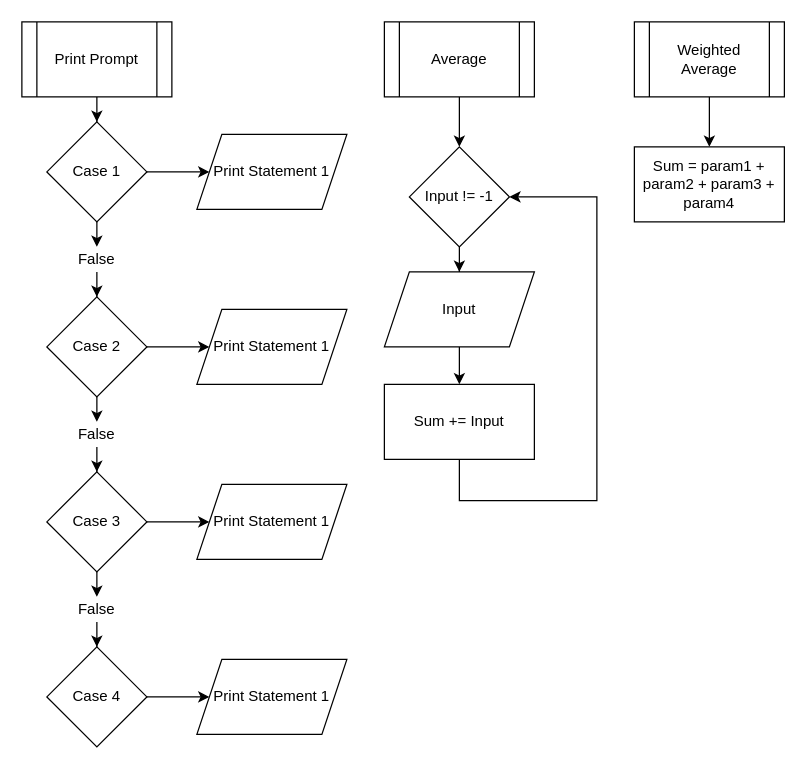
Sukhvsin2/CS-155-Projects keeps this draw.io diagram as page "Page-2" (2 of 2) of Layouts/Project 4.drawio. Above is the earlier version. Source tidied: cells renumbered, new cells numbered last; positions are measured from the earlier drawing's top-left corner, leaving out a move shared by most shapes. Both pictures are drawn from the tidied source at 125%, with x=0, y=0 at pixel (21, 21).
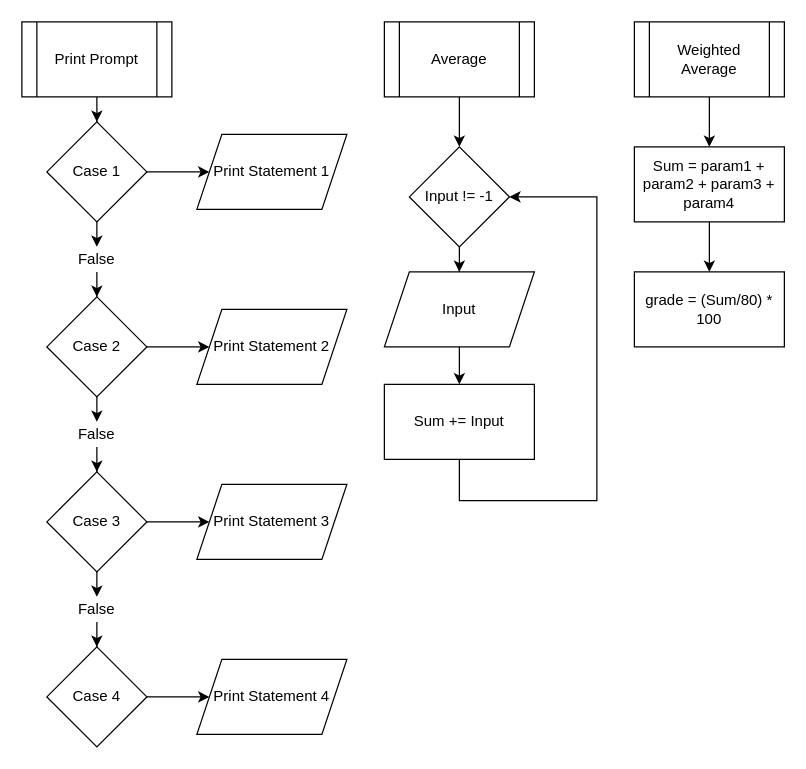
The same page after the edit.

Commit message:
Weighted Average Function done

The change refers to these unchanged cells:
```xml
<mxCell id="31" value="Sum = param1 + param2 + param3 + param4" style="whiteSpace=wrap;html=1;" parent="1" vertex="1">
  <mxGeometry x="490" y="100" width="120" height="60" as="geometry" />
</mxCell>
```

What changed in the source:
```diff
@@
+    <mxCell id="36" style="edgeStyle=orthogonalEdgeStyle;rounded=0;jettySize=auto;html=1;" parent="1" edge="1" source="31" target="37">
+      <mxGeometry relative="1" as="geometry" />
+    </mxCell>
@@
-    <mxCell id="33" value="Print Statement 1" style="shape=parallelogram;perimeter=parallelogramPerimeter;whiteSpace=wrap;html=1;fixedSize=1;" parent="1" vertex="1">
+    <mxCell id="33" value="Print Statement 2" style="shape=parallelogram;perimeter=parallelogramPerimeter;whiteSpace=wrap;html=1;fixedSize=1;" parent="1" vertex="1">
       <mxGeometry x="140" y="230" width="120" height="60" as="geometry" />
     </mxCell>
-    <mxCell id="34" value="Print Statement 1" style="shape=parallelogram;perimeter=parallelogramPerimeter;whiteSpace=wrap;html=1;fixedSize=1;" parent="1" vertex="1">
+    <mxCell id="34" value="Print Statement 3" style="shape=parallelogram;perimeter=parallelogramPerimeter;whiteSpace=wrap;html=1;fixedSize=1;" parent="1" vertex="1">
       <mxGeometry x="140" y="370" width="120" height="60" as="geometry" />
     </mxCell>
-    <mxCell id="35" value="Print Statement 1" style="shape=parallelogram;perimeter=parallelogramPerimeter;whiteSpace=wrap;html=1;fixedSize=1;" parent="1" vertex="1">
+    <mxCell id="35" value="Print Statement 4" style="shape=parallelogram;perimeter=parallelogramPerimeter;whiteSpace=wrap;html=1;fixedSize=1;" parent="1" vertex="1">
       <mxGeometry x="140" y="510" width="120" height="60" as="geometry" />
     </mxCell>
+    <mxCell id="37" value="grade = (Sum/80) * 100" style="whiteSpace=wrap;html=1;" parent="1" vertex="1">
+      <mxGeometry x="490" y="200" width="120" height="60" as="geometry" />
+    </mxCell>
```
